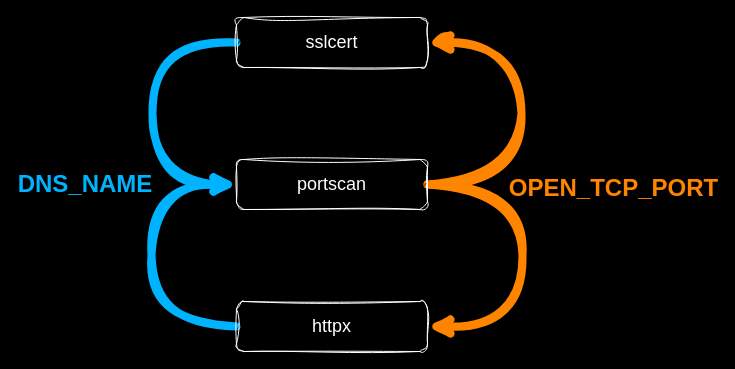
The draw.io diagram docs/diagrams/module-recursion.drawio in blacklanternsecurity/bbot, before the edit. Source tidied: cells renumbered, new cells numbered last; positions are measured from the earlier drawing's top-left corner, leaving out a move shared by most shapes. Both pictures are drawn from the tidied source at 100%, with x=0, y=0 at pixel (17, 17).
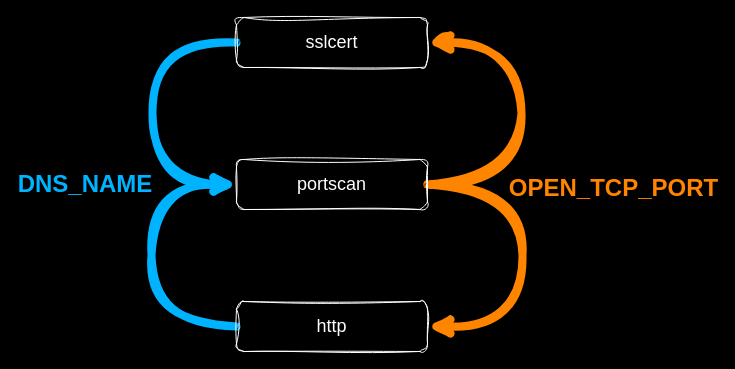
The same diagram, later.

Diff of the diagram source:
```diff
@@
 <mxGraphModel background="#000000">
   <root>
     <mxCell id="0" />
     <mxCell id="1" parent="0" />
     <mxCell id="2" style="edgeStyle=orthogonalEdgeStyle;rounded=0;jettySize=auto;html=1;entryX=1;entryY=0.5;entryDx=0;entryDy=0;strokeWidth=8;strokeColor=#FF8400;curved=1;exitX=1;exitY=0.5;exitDx=0;exitDy=0;sketch=1;curveFitting=1;jiggle=2;" parent="1" edge="1" source="4" target="6">
       <mxGeometry relative="1" as="geometry">
         <Array as="points">
           <mxPoint x="504" y="167" />
           <mxPoint x="504" y="25" />
         </Array>
       </mxGeometry>
     </mxCell>
     <mxCell id="3" style="edgeStyle=orthogonalEdgeStyle;shape=connector;curved=1;rounded=0;jettySize=auto;html=1;entryX=1;entryY=0.5;entryDx=0;entryDy=0;strokeColor=#FF8400;strokeWidth=8;align=center;verticalAlign=middle;fontFamily=Helvetica;fontSize=11;fontColor=default;labelBackgroundColor=default;endArrow=classic;exitX=1;exitY=0.5;exitDx=0;exitDy=0;sketch=1;curveFitting=1;jiggle=2;" parent="1" edge="1" source="4" target="8">
       <mxGeometry relative="1" as="geometry">
         <Array as="points">
           <mxPoint x="505" y="167" />
           <mxPoint x="505" y="309" />
         </Array>
       </mxGeometry>
     </mxCell>
     <mxCell id="4" value="&lt;span style=&quot;color: rgb(255, 255, 255); font-family: hack; font-size: 18px;&quot;&gt;portscan&lt;/span&gt;" style="rounded=1;whiteSpace=wrap;html=1;sketch=1;curveFitting=1;jiggle=2;fillColor=#000000;strokeColor=#FFFFFF;" parent="1" vertex="1">
       <mxGeometry x="219" y="142" width="191" height="50" as="geometry" />
     </mxCell>
     <mxCell id="5" style="edgeStyle=orthogonalEdgeStyle;shape=connector;curved=1;rounded=0;jettySize=auto;html=1;entryX=0;entryY=0.5;entryDx=0;entryDy=0;strokeColor=#00B3FF;strokeWidth=8;align=center;verticalAlign=middle;fontFamily=Helvetica;fontSize=11;fontColor=default;labelBackgroundColor=default;endArrow=classic;exitX=0;exitY=0.5;exitDx=0;exitDy=0;sketch=1;curveFitting=1;jiggle=2;" parent="1" edge="1" source="6" target="4">
       <mxGeometry relative="1" as="geometry">
         <Array as="points">
           <mxPoint x="135" y="25" />
           <mxPoint x="135" y="167" />
         </Array>
       </mxGeometry>
     </mxCell>
     <mxCell id="6" value="&lt;span style=&quot;color: rgb(255, 255, 255); font-family: hack; font-size: 18px;&quot;&gt;sslcert&lt;/span&gt;" style="rounded=1;whiteSpace=wrap;html=1;sketch=1;curveFitting=1;jiggle=2;fillColor=#000000;strokeColor=#FFFFFF;" parent="1" vertex="1">
       <mxGeometry x="219" width="191" height="50" as="geometry" />
     </mxCell>
     <mxCell id="7" style="edgeStyle=orthogonalEdgeStyle;shape=connector;curved=1;rounded=0;jettySize=auto;html=1;entryX=0;entryY=0.5;entryDx=0;entryDy=0;strokeColor=#00B3FF;strokeWidth=8;align=center;verticalAlign=middle;fontFamily=Helvetica;fontSize=11;fontColor=default;labelBackgroundColor=default;endArrow=classic;exitX=0;exitY=0.5;exitDx=0;exitDy=0;sketch=1;curveFitting=1;jiggle=2;" parent="1" edge="1" source="8" target="4">
       <mxGeometry relative="1" as="geometry">
         <Array as="points">
           <mxPoint x="134" y="309" />
           <mxPoint x="134" y="167" />
         </Array>
       </mxGeometry>
     </mxCell>
-    <mxCell id="8" value="&lt;span style=&quot;color: rgb(255, 255, 255); font-family: hack; font-size: 18px;&quot;&gt;httpx&lt;/span&gt;" style="rounded=1;whiteSpace=wrap;html=1;sketch=1;curveFitting=1;jiggle=2;fillColor=#000000;strokeColor=#FFFFFF;" parent="1" vertex="1">
+    <mxCell id="8" value="&lt;span style=&quot;color: rgb(255, 255, 255); font-family: hack; font-size: 18px;&quot;&gt;http&lt;/span&gt;" style="rounded=1;whiteSpace=wrap;html=1;sketch=1;curveFitting=1;jiggle=2;fillColor=#000000;strokeColor=#FFFFFF;" parent="1" vertex="1">
       <mxGeometry x="219" y="284" width="191" height="50" as="geometry" />
     </mxCell>
     <mxCell id="9" value="&lt;font face=&quot;hack&quot;&gt;OPEN_TCP_PORT&lt;/font&gt;" style="text;html=1;align=center;verticalAlign=middle;whiteSpace=wrap;rounded=0;fontFamily=Helvetica;fontSize=24;fontColor=#FF8400;labelBackgroundColor=none;fontStyle=1;" parent="1" vertex="1">
       <mxGeometry x="496" y="156" width="201" height="30" as="geometry" />
     </mxCell>
     <mxCell id="10" value="&lt;font face=&quot;hack&quot;&gt;DNS_NAME&lt;/font&gt;" style="text;html=1;align=center;verticalAlign=middle;whiteSpace=wrap;rounded=0;fontFamily=Helvetica;fontSize=24;fontColor=#00B3FF;labelBackgroundColor=none;fontStyle=1;" parent="1" vertex="1">
       <mxGeometry y="152" width="136" height="30" as="geometry" />
     </mxCell>
   </root>
 </mxGraphModel>
```
